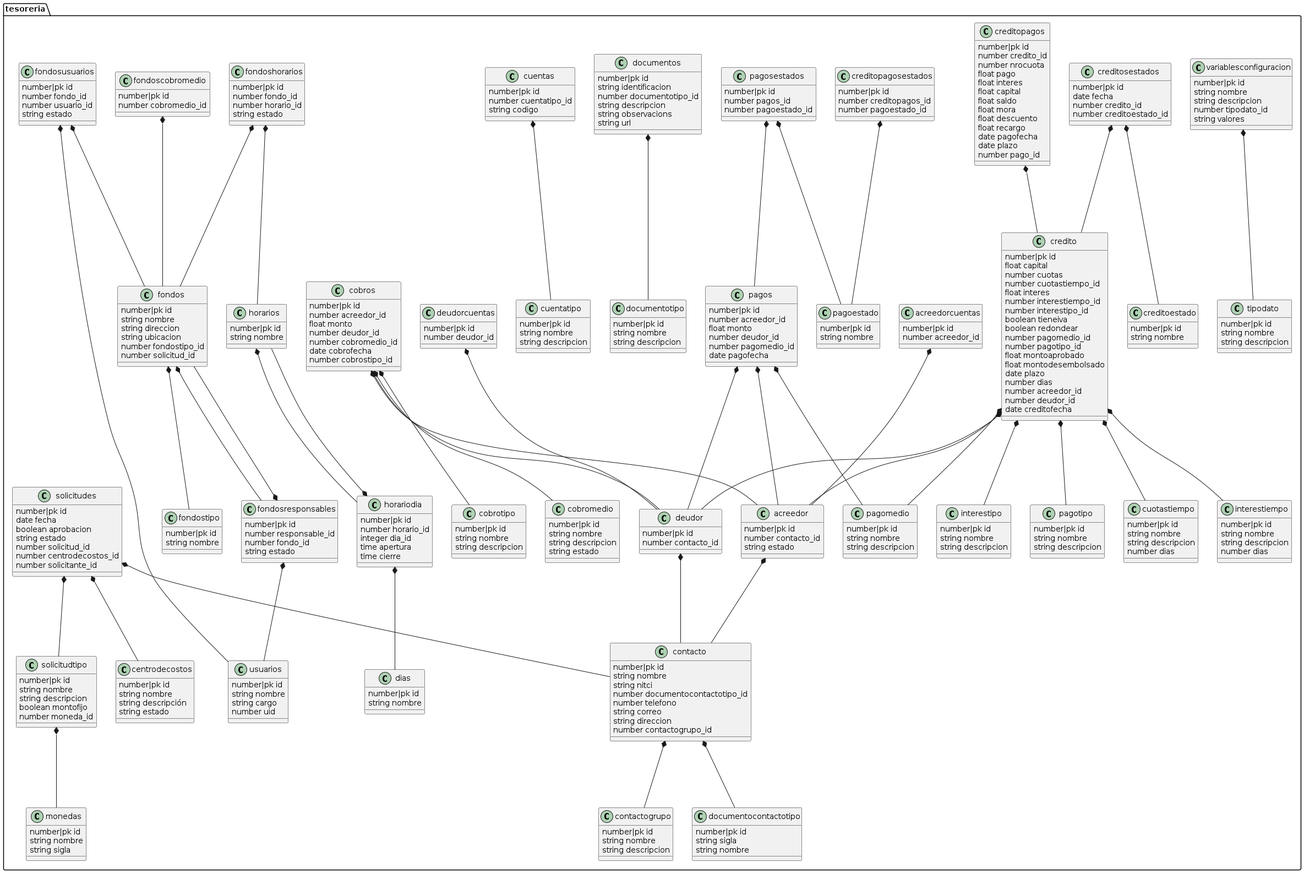
Above: public/diagrams/dbs.png in jptord/apimaster (PlantUML), before the change.
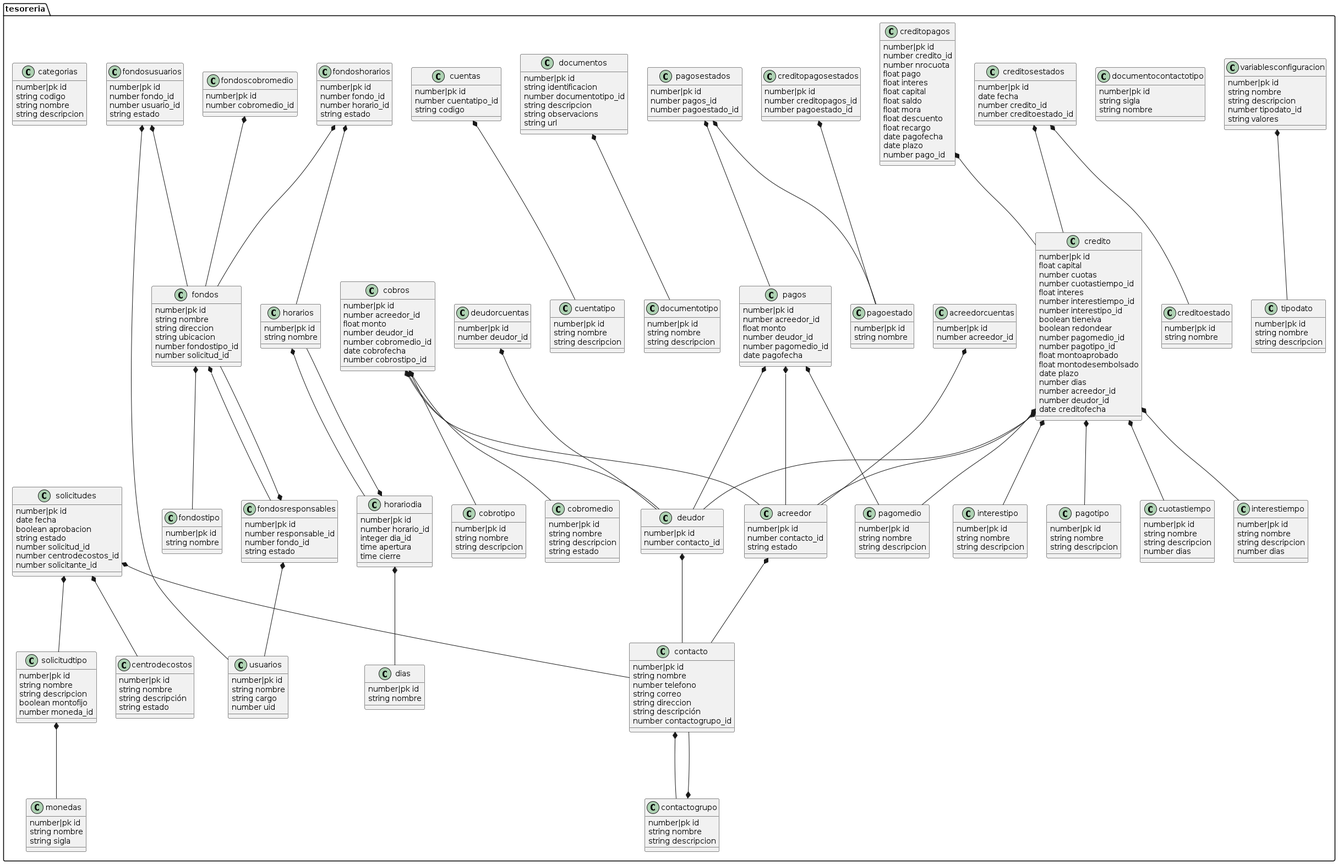
After the change.

The edit, as a diff of the source:
```diff
@@ -66,11 +66,10 @@
 	class contacto{
 		number|pk id
 		string nombre
-		string nitci
-		number documentocontactotipo_id
 		number telefono
 		string correo
 		string direccion
+		string descripción
 		number contactogrupo_id
 	}
 	class creditoestado{
@@ -268,10 +267,16 @@
 		string descripción
 		string estado
 	}
+	class categorias{
+		number|pk id
+		string codigo
+		string nombre
+		string descripcion
+	}
 variablesconfiguracion *--- tipodato
 acreedor *--- contacto
 deudor *--- contacto
-contacto *--- documentocontactotipo
+contactogrupo *--- contacto
 contacto *--- contactogrupo
 credito *--- cuotastiempo
 credito *--- interestiempo
```
